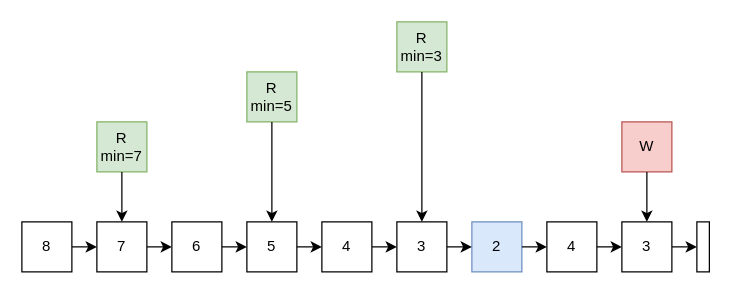
Earlier version of the draw.io diagram figs/extractMin.drawio (perlindgren/inplace-sort). Source tidied: cells renumbered, new cells numbered last; positions are measured from the earlier drawing's top-left corner, leaving out a move shared by most shapes. Both pictures are drawn from the tidied source at 125%, with x=0, y=0 at pixel (21, 21).
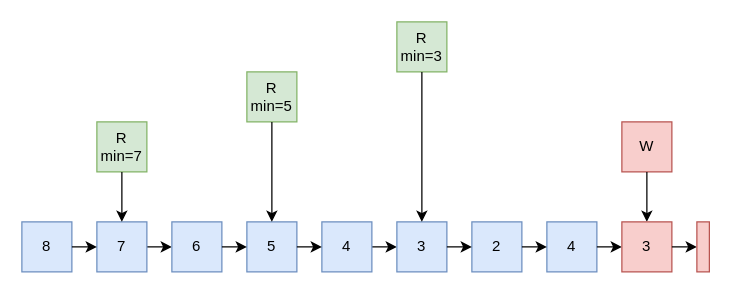
After the change.

The edit, as a diff of the source:
```diff
@@
-    <mxCell id="2" value="5" style="rounded=0;whiteSpace=wrap;html=1;" parent="1" vertex="1">
+    <mxCell id="2" value="5" style="rounded=0;whiteSpace=wrap;html=1;fillColor=#dae8fc;strokeColor=#6c8ebf;" parent="1" vertex="1">
       <mxGeometry x="180" y="160" width="40" height="40" as="geometry" />
     </mxCell>
@@
-    <mxCell id="4" value="4" style="rounded=0;whiteSpace=wrap;html=1;" parent="1" vertex="1">
+    <mxCell id="4" value="4" style="rounded=0;whiteSpace=wrap;html=1;fillColor=#dae8fc;strokeColor=#6c8ebf;" parent="1" vertex="1">
       <mxGeometry x="420" y="160" width="40" height="40" as="geometry" />
     </mxCell>
@@
-    <mxCell id="9" value="3" style="rounded=0;whiteSpace=wrap;html=1;" parent="1" vertex="1">
+    <mxCell id="9" value="3" style="rounded=0;whiteSpace=wrap;html=1;fillColor=#f8cecc;strokeColor=#b85450;" parent="1" vertex="1">
       <mxGeometry x="480" y="160" width="40" height="40" as="geometry" />
     </mxCell>
@@
-    <mxCell id="11" style="rounded=0;whiteSpace=wrap;html=1;" parent="1" vertex="1">
+    <mxCell id="11" style="rounded=0;whiteSpace=wrap;html=1;fillColor=#f8cecc;strokeColor=#b85450;" parent="1" vertex="1">
       <mxGeometry x="540" y="160" width="10" height="40" as="geometry" />
     </mxCell>
@@
-    <mxCell id="14" value="3" style="rounded=0;whiteSpace=wrap;html=1;" parent="1" vertex="1">
+    <mxCell id="14" value="3" style="rounded=0;whiteSpace=wrap;html=1;fillColor=#dae8fc;strokeColor=#6c8ebf;" parent="1" vertex="1">
       <mxGeometry x="300" y="160" width="40" height="40" as="geometry" />
     </mxCell>
-    <mxCell id="15" value="4" style="rounded=0;whiteSpace=wrap;html=1;" parent="1" vertex="1">
+    <mxCell id="15" value="4" style="rounded=0;whiteSpace=wrap;html=1;fillColor=#dae8fc;strokeColor=#6c8ebf;" parent="1" vertex="1">
       <mxGeometry x="240" y="160" width="40" height="40" as="geometry" />
     </mxCell>
@@
-    <mxCell id="19" value="8" style="rounded=0;whiteSpace=wrap;html=1;" parent="1" vertex="1">
+    <mxCell id="19" value="8" style="rounded=0;whiteSpace=wrap;html=1;fillColor=#dae8fc;strokeColor=#6c8ebf;" parent="1" vertex="1">
       <mxGeometry y="160" width="40" height="40" as="geometry" />
     </mxCell>
@@
-    <mxCell id="21" value="6" style="rounded=0;whiteSpace=wrap;html=1;" parent="1" vertex="1">
+    <mxCell id="21" value="6" style="rounded=0;whiteSpace=wrap;html=1;fillColor=#dae8fc;strokeColor=#6c8ebf;" parent="1" vertex="1">
       <mxGeometry x="120" y="160" width="40" height="40" as="geometry" />
     </mxCell>
-    <mxCell id="22" value="7" style="rounded=0;whiteSpace=wrap;html=1;" parent="1" vertex="1">
+    <mxCell id="22" value="7" style="rounded=0;whiteSpace=wrap;html=1;fillColor=#dae8fc;strokeColor=#6c8ebf;" parent="1" vertex="1">
       <mxGeometry x="60" y="160" width="40" height="40" as="geometry" />
     </mxCell>
```
